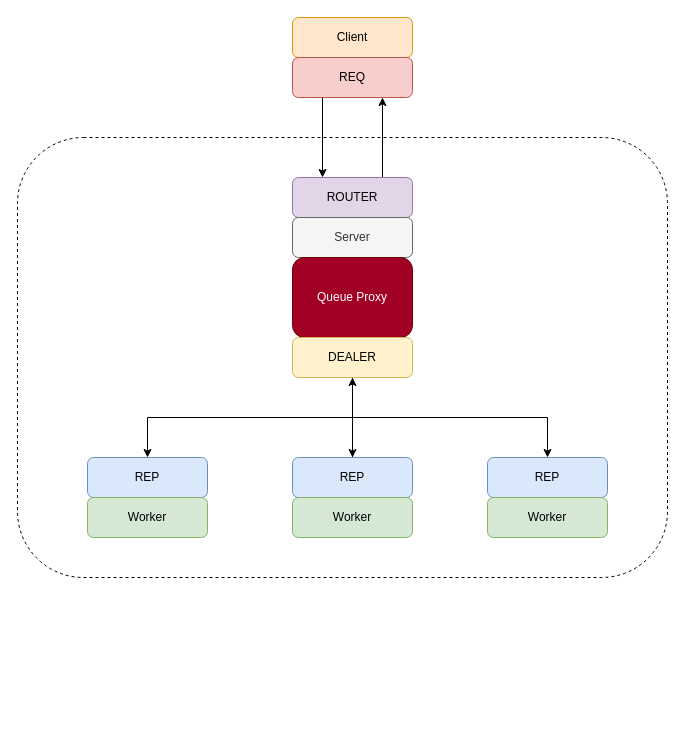
Before: multithreaded_server.drawio in da0p/diagram-notes, a draw.io diagram. Source tidied: cells renumbered, new cells numbered last; positions are measured from the earlier drawing's top-left corner, leaving out a move shared by most shapes. Both pictures are drawn from the tidied source at 100%, with x=0, y=0 at pixel (17, 17).
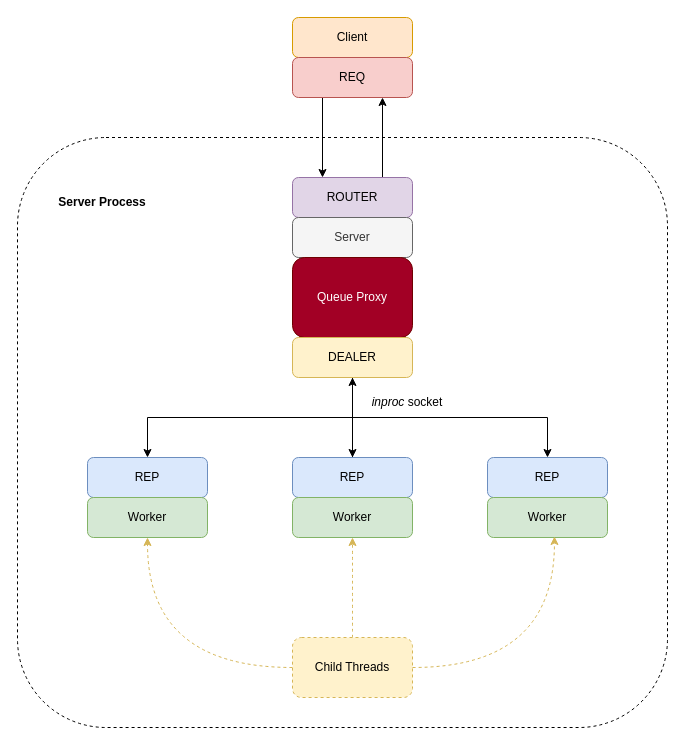
The same diagram, later.

Unchanged cells that the change refers to:
```xml
<mxCell id="15" value="Worker" style="rounded=1;whiteSpace=wrap;html=1;fillColor=#d5e8d4;strokeColor=#82b366;" parent="1" vertex="1">
  <mxGeometry x="70" y="480" width="120" height="40" as="geometry" />
</mxCell>
<mxCell id="18" value="Worker" style="rounded=1;whiteSpace=wrap;html=1;fillColor=#d5e8d4;strokeColor=#82b366;" parent="1" vertex="1">
  <mxGeometry x="275" y="480" width="120" height="40" as="geometry" />
</mxCell>
<mxCell id="20" value="Worker" style="rounded=1;whiteSpace=wrap;html=1;fillColor=#d5e8d4;strokeColor=#82b366;" parent="1" vertex="1">
  <mxGeometry x="470" y="480" width="120" height="40" as="geometry" />
</mxCell>
```

Diff of the diagram source:
```diff
@@
     <mxCell id="2" style="rounded=1;whiteSpace=wrap;html=1;dashed=1;" parent="1" vertex="1">
-      <mxGeometry y="120" width="650" height="440" as="geometry" />
+      <mxGeometry y="120" width="650" height="590" as="geometry" />
     </mxCell>
@@
+    <mxCell id="21" value="&lt;i&gt;inproc&lt;/i&gt;&amp;nbsp;socket" style="text;html=1;align=center;verticalAlign=middle;whiteSpace=wrap;rounded=0;" parent="1" vertex="1">
+      <mxGeometry x="340" y="370" width="100" height="30" as="geometry" />
+    </mxCell>
+    <mxCell id="22" style="edgeStyle=orthogonalEdgeStyle;rounded=0;jettySize=auto;html=1;exitX=0;exitY=0.5;exitDx=0;exitDy=0;entryX=0.5;entryY=1;entryDx=0;entryDy=0;curved=1;fillColor=#fff2cc;strokeColor=#d6b656;dashed=1;" parent="1" edge="1" source="24" target="15">
+      <mxGeometry relative="1" as="geometry" />
+    </mxCell>
+    <mxCell id="23" style="edgeStyle=orthogonalEdgeStyle;rounded=0;jettySize=auto;html=1;exitX=0.5;exitY=0;exitDx=0;exitDy=0;entryX=0.5;entryY=1;entryDx=0;entryDy=0;curved=1;dashed=1;fillColor=#fff2cc;strokeColor=#d6b656;" parent="1" edge="1" source="24" target="18">
+      <mxGeometry relative="1" as="geometry" />
+    </mxCell>
+    <mxCell id="24" value="Child Threads" style="rounded=1;whiteSpace=wrap;html=1;fillColor=#fff2cc;strokeColor=#d6b656;dashed=1;" parent="1" vertex="1">
+      <mxGeometry x="275" y="620" width="120" height="60" as="geometry" />
+    </mxCell>
+    <mxCell id="25" style="edgeStyle=orthogonalEdgeStyle;rounded=0;jettySize=auto;html=1;exitX=1;exitY=0.5;exitDx=0;exitDy=0;entryX=0.558;entryY=0.975;entryDx=0;entryDy=0;entryPerimeter=0;fillColor=#fff2cc;strokeColor=#d6b656;curved=1;dashed=1;" parent="1" edge="1" source="24" target="20">
+      <mxGeometry relative="1" as="geometry" />
+    </mxCell>
+    <mxCell id="26" value="&lt;b&gt;Server Process&lt;/b&gt;" style="text;html=1;align=center;verticalAlign=middle;whiteSpace=wrap;rounded=0;" parent="1" vertex="1">
+      <mxGeometry x="30" y="170" width="110" height="30" as="geometry" />
+    </mxCell>
```
